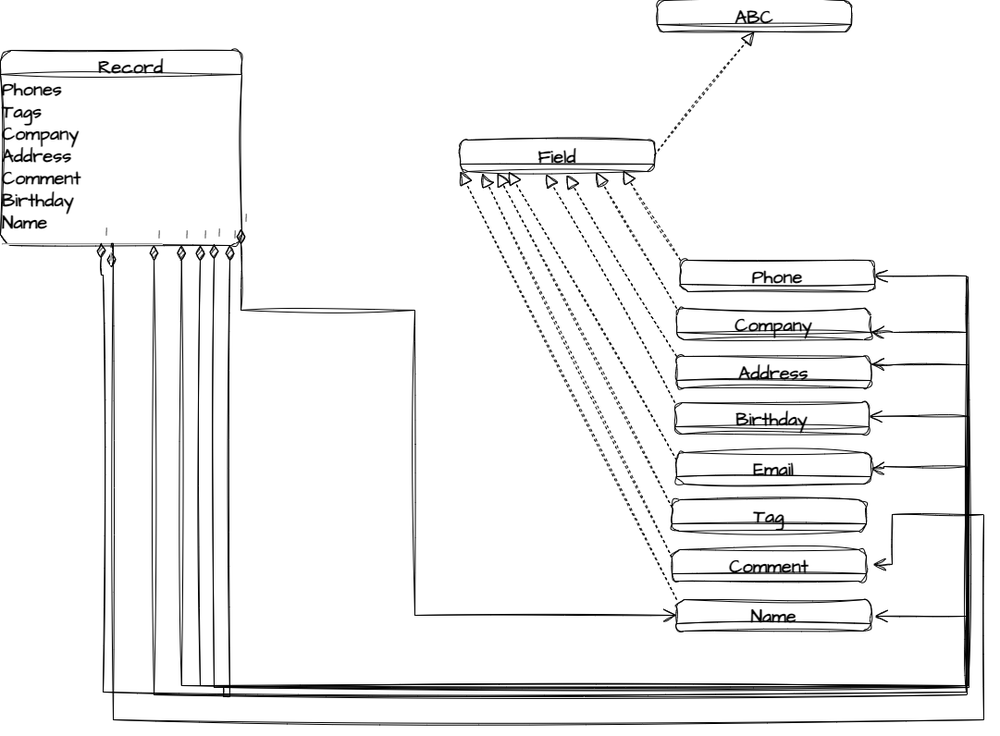
The draw.io diagram for_bot_drujba.drawio.png in VladSkopenko/drujba-bot, before a commit. Source tidied: cells renumbered, new cells last; positions are measured from the earlier drawing's top-left corner, leaving out a move shared by most shapes.
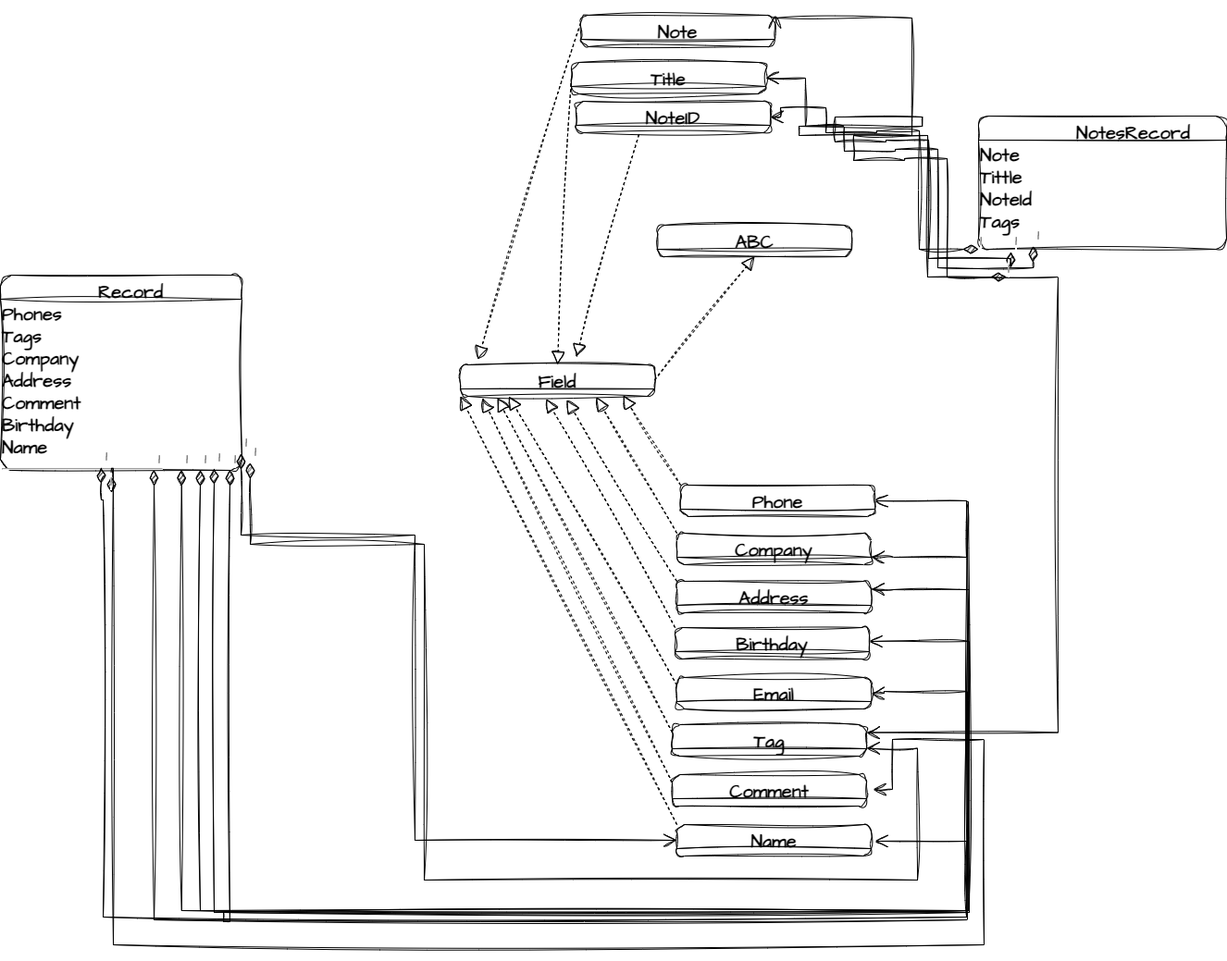
Above is the later version.

Diff of the diagram source:
```diff
@@ -170,5 +170,109 @@
         </Array>
       </mxGeometry>
     </mxCell>
+    <mxCell id="30" value="NoteID" style="swimlane;fontStyle=1;align=center;verticalAlign=top;horizontal=1;startSize=26;whiteSpace=wrap;html=1;sketch=1;hachureGap=4;jiggle=2;curveFitting=1;fontFamily=Architects Daughter;fontSource=https%3A%2F%2Ffonts.googleapis.com%2Fcss%3Ffamily%3DArchitects%2BDaughter;fontSize=20;swimlaneFillColor=none;labelBackgroundColor=none;rounded=1;" parent="1" vertex="1">
+      <mxGeometry x="622" y="-134" width="210" height="34" as="geometry" />
+    </mxCell>
+    <mxCell id="31" value="Title" style="swimlane;fontStyle=1;align=center;verticalAlign=top;horizontal=1;startSize=26;whiteSpace=wrap;html=1;sketch=1;hachureGap=4;jiggle=2;curveFitting=1;fontFamily=Architects Daughter;fontSource=https%3A%2F%2Ffonts.googleapis.com%2Fcss%3Ffamily%3DArchitects%2BDaughter;fontSize=20;swimlaneFillColor=none;labelBackgroundColor=none;rounded=1;" parent="1" vertex="1">
+      <mxGeometry x="617" y="-176" width="210" height="34" as="geometry" />
+    </mxCell>
+    <mxCell id="32" value="Note" style="swimlane;fontStyle=1;align=center;verticalAlign=top;horizontal=1;startSize=26;whiteSpace=wrap;html=1;sketch=1;hachureGap=4;jiggle=2;curveFitting=1;fontFamily=Architects Daughter;fontSource=https%3A%2F%2Ffonts.googleapis.com%2Fcss%3Ffamily%3DArchitects%2BDaughter;fontSize=20;swimlaneFillColor=none;labelBackgroundColor=none;rounded=1;" parent="1" vertex="1">
+      <mxGeometry x="627" y="-227" width="210" height="34" as="geometry" />
+    </mxCell>
+    <mxCell id="33" value="&amp;nbsp; &amp;nbsp; &amp;nbsp; &amp;nbsp; &amp;nbsp; &amp;nbsp; &amp;nbsp;NotesRecord&lt;br&gt;Note&lt;br&gt;Tittle&lt;br&gt;NoteId&lt;br&gt;Tags&lt;br&gt;&lt;br&gt;&lt;br&gt;" style="swimlane;fontStyle=1;align=left;verticalAlign=top;horizontal=1;startSize=26;whiteSpace=wrap;html=1;sketch=1;hachureGap=4;jiggle=2;curveFitting=1;fontFamily=Architects Daughter;fontSource=https%3A%2F%2Ffonts.googleapis.com%2Fcss%3Ffamily%3DArchitects%2BDaughter;fontSize=20;swimlaneFillColor=none;labelBackgroundColor=none;rounded=1;" parent="1" vertex="1">
+      <mxGeometry x="1057" y="-118" width="268" height="144" as="geometry" />
+    </mxCell>
+    <mxCell id="34" value="1" style="endArrow=open;html=1;endSize=12;startArrow=diamondThin;startSize=14;startFill=1;edgeStyle=orthogonalEdgeStyle;align=left;verticalAlign=bottom;rounded=0;sketch=1;hachureGap=4;jiggle=2;curveFitting=1;fontFamily=Architects Daughter;fontSource=https%3A%2F%2Ffonts.googleapis.com%2Fcss%3Ffamily%3DArchitects%2BDaughter;fontSize=16;exitX=0;exitY=1;exitDx=0;exitDy=0;entryX=1;entryY=0.5;entryDx=0;entryDy=0;" parent="1" edge="1" source="33" target="30">
+      <mxGeometry x="-1" y="3" relative="1" as="geometry">
+        <Array as="points">
+          <mxPoint x="993" y="26" />
+          <mxPoint x="993" y="-102" />
+          <mxPoint x="947" y="-102" />
+          <mxPoint x="947" y="-100" />
+          <mxPoint x="892" y="-100" />
+          <mxPoint x="892" y="-127" />
+          <mxPoint x="843" y="-127" />
+          <mxPoint x="843" y="-117" />
+        </Array>
+      </mxGeometry>
+    </mxCell>
+    <mxCell id="35" value="1" style="endArrow=open;html=1;endSize=12;startArrow=diamondThin;startSize=14;startFill=1;edgeStyle=orthogonalEdgeStyle;align=left;verticalAlign=bottom;rounded=0;sketch=1;hachureGap=4;jiggle=2;curveFitting=1;fontFamily=Architects Daughter;fontSource=https%3A%2F%2Ffonts.googleapis.com%2Fcss%3Ffamily%3DArchitects%2BDaughter;fontSize=16;entryX=1;entryY=0.5;entryDx=0;entryDy=0;" parent="1" edge="1" target="31">
+      <mxGeometry x="-1" y="3" relative="1" as="geometry">
+        <mxPoint x="1092" y="29" as="sourcePoint" />
+        <Array as="points">
+          <mxPoint x="1003" y="36" />
+          <mxPoint x="1003" y="-92" />
+          <mxPoint x="957" y="-92" />
+          <mxPoint x="957" y="-90" />
+          <mxPoint x="902" y="-90" />
+          <mxPoint x="902" y="-117" />
+          <mxPoint x="996" y="-117" />
+          <mxPoint x="996" y="-107" />
+          <mxPoint x="870" y="-107" />
+          <mxPoint x="870" y="-159" />
+        </Array>
+      </mxGeometry>
+    </mxCell>
+    <mxCell id="36" value="1" style="endArrow=open;html=1;endSize=12;startArrow=diamondThin;startSize=14;startFill=1;edgeStyle=orthogonalEdgeStyle;align=left;verticalAlign=bottom;rounded=0;sketch=1;hachureGap=4;jiggle=2;curveFitting=1;fontFamily=Architects Daughter;fontSource=https%3A%2F%2Ffonts.googleapis.com%2Fcss%3Ffamily%3DArchitects%2BDaughter;fontSize=16;entryX=1;entryY=0;entryDx=0;entryDy=0;" parent="1" edge="1" target="32">
+      <mxGeometry x="-1" y="3" relative="1" as="geometry">
+        <mxPoint x="1116" y="23" as="sourcePoint" />
+        <Array as="points">
+          <mxPoint x="1013" y="46" />
+          <mxPoint x="1013" y="-82" />
+          <mxPoint x="967" y="-82" />
+          <mxPoint x="967" y="-80" />
+          <mxPoint x="912" y="-80" />
+          <mxPoint x="912" y="-107" />
+          <mxPoint x="863" y="-107" />
+          <mxPoint x="863" y="-97" />
+          <mxPoint x="985" y="-97" />
+          <mxPoint x="985" y="-224" />
+          <mxPoint x="837" y="-224" />
+        </Array>
+      </mxGeometry>
+    </mxCell>
+    <mxCell id="37" value="1" style="endArrow=open;html=1;endSize=12;startArrow=diamondThin;startSize=14;startFill=1;edgeStyle=orthogonalEdgeStyle;align=left;verticalAlign=bottom;rounded=0;sketch=1;hachureGap=4;jiggle=2;curveFitting=1;fontFamily=Architects Daughter;fontSource=https%3A%2F%2Ffonts.googleapis.com%2Fcss%3Ffamily%3DArchitects%2BDaughter;fontSize=16;exitX=0;exitY=1;exitDx=0;exitDy=0;entryX=1;entryY=0.25;entryDx=0;entryDy=0;" parent="1" edge="1" target="5">
+      <mxGeometry x="-1" y="3" relative="1" as="geometry">
+        <mxPoint x="1087" y="56" as="sourcePoint" />
+        <Array as="points">
+          <mxPoint x="1023" y="56" />
+          <mxPoint x="1023" y="-72" />
+          <mxPoint x="977" y="-72" />
+          <mxPoint x="977" y="-70" />
+          <mxPoint x="922" y="-70" />
+          <mxPoint x="922" y="-97" />
+          <mxPoint x="1002" y="-97" />
+          <mxPoint x="1002" y="56" />
+          <mxPoint x="1143" y="56" />
+          <mxPoint x="1143" y="549" />
+        </Array>
+      </mxGeometry>
+    </mxCell>
+    <mxCell id="38" value="1" style="endArrow=open;html=1;endSize=12;startArrow=diamondThin;startSize=14;startFill=1;edgeStyle=orthogonalEdgeStyle;align=left;verticalAlign=bottom;rounded=0;sketch=1;hachureGap=4;jiggle=2;curveFitting=1;fontFamily=Architects Daughter;fontSource=https%3A%2F%2Ffonts.googleapis.com%2Fcss%3Ffamily%3DArchitects%2BDaughter;fontSize=16;entryX=1;entryY=0.75;entryDx=0;entryDy=0;" parent="1" edge="1" target="5">
+      <mxGeometry x="-1" y="3" relative="1" as="geometry">
+        <mxPoint x="270" y="257" as="sourcePoint" />
+        <Array as="points">
+          <mxPoint x="270" y="345" />
+          <mxPoint x="458" y="345" />
+          <mxPoint x="458" y="708" />
+          <mxPoint x="991" y="708" />
+          <mxPoint x="991" y="566" />
+        </Array>
+      </mxGeometry>
+    </mxCell>
+    <mxCell id="39" style="endArrow=block;dashed=1;endFill=0;endSize=12;html=1;rounded=0;sketch=1;hachureGap=4;jiggle=2;curveFitting=1;fontFamily=Architects Daughter;fontSource=https%3A%2F%2Ffonts.googleapis.com%2Fcss%3Ffamily%3DArchitects%2BDaughter;fontSize=16;" parent="1" edge="1">
+      <mxGeometry relative="1" as="geometry">
+        <mxPoint x="690" y="-98" as="sourcePoint" />
+        <mxPoint x="622" y="143" as="targetPoint" />
+      </mxGeometry>
+    </mxCell>
+    <mxCell id="40" style="endArrow=block;dashed=1;endFill=0;endSize=12;html=1;rounded=0;sketch=1;hachureGap=4;jiggle=2;curveFitting=1;fontFamily=Architects Daughter;fontSource=https%3A%2F%2Ffonts.googleapis.com%2Fcss%3Ffamily%3DArchitects%2BDaughter;fontSize=16;exitX=0;exitY=0.5;exitDx=0;exitDy=0;entryX=0.5;entryY=0;entryDx=0;entryDy=0;" parent="1" edge="1" source="31" target="2">
+      <mxGeometry relative="1" as="geometry" />
+    </mxCell>
+    <mxCell id="41" style="endArrow=block;dashed=1;endFill=0;endSize=12;html=1;rounded=0;sketch=1;hachureGap=4;jiggle=2;curveFitting=1;fontFamily=Architects Daughter;fontSource=https%3A%2F%2Ffonts.googleapis.com%2Fcss%3Ffamily%3DArchitects%2BDaughter;fontSize=16;exitX=0;exitY=0.25;exitDx=0;exitDy=0;" parent="1" edge="1" source="32">
+      <mxGeometry relative="1" as="geometry">
+        <mxPoint x="516" y="145" as="targetPoint" />
+      </mxGeometry>
+    </mxCell>
   </root>
 </mxGraphModel>
```
